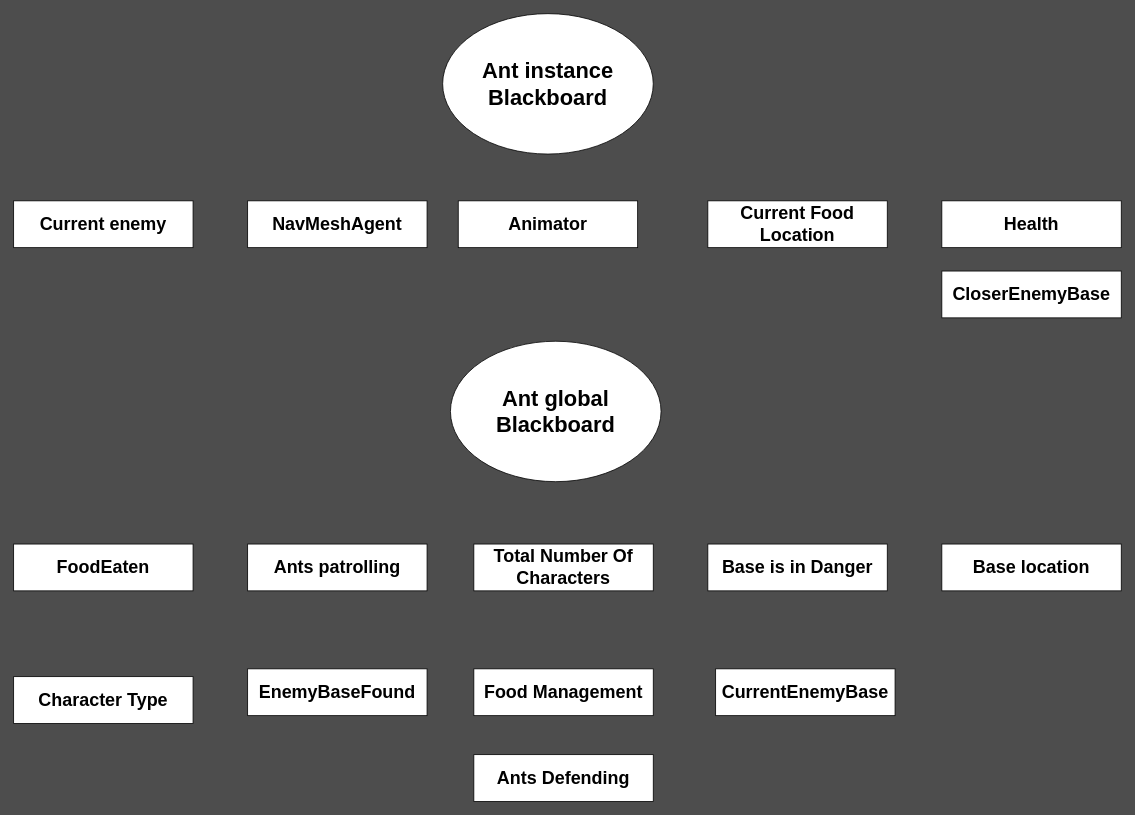
Above: page "Blackboard" (5 of 5) of Design/Ant.drawio in arturo101199/GardenBattle (draw.io), before the change. Source tidied: cells renumbered, new cells numbered last; positions are measured from the earlier drawing's top-left corner, leaving out a move shared by most shapes. Both pictures are drawn from the tidied source at 78%, with x=0, y=0 at pixel (13, 13).
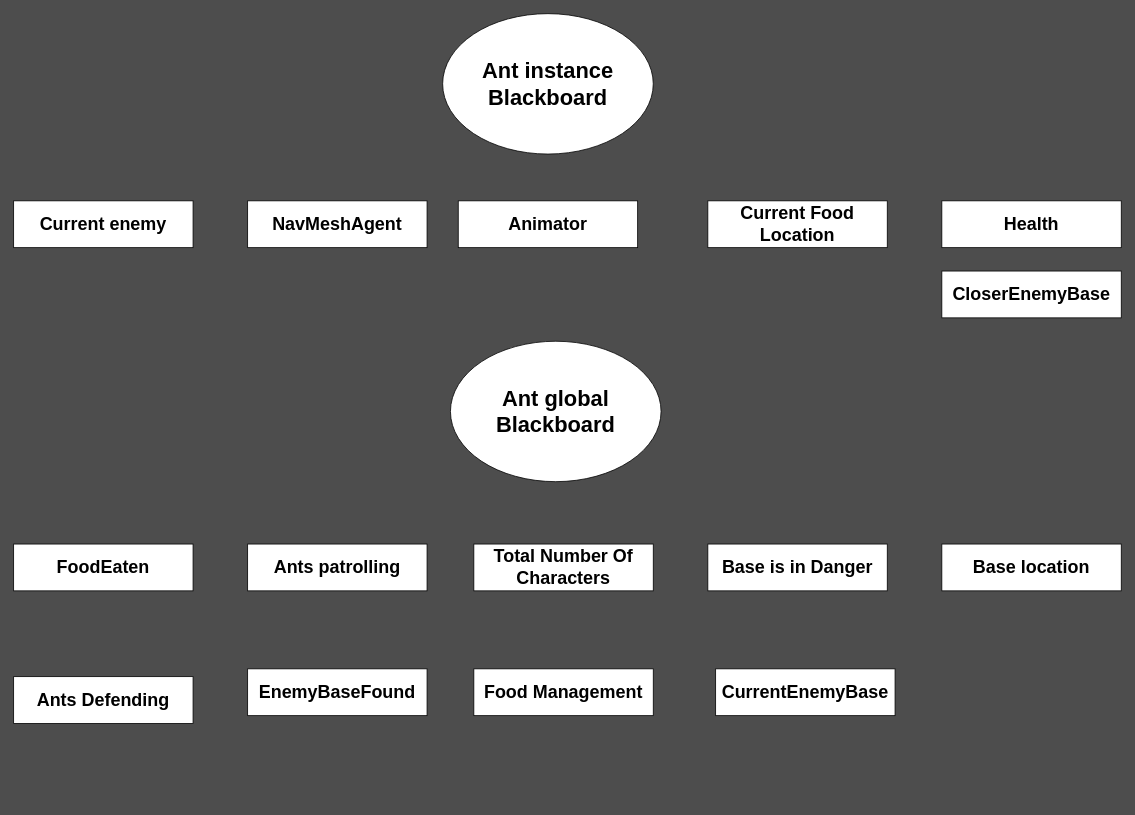
Above is the later version.

The edit, as a diff of the source:
```diff
@@
 <mxGraphModel background="#4D4D4D">
   <root>
     <mxCell id="0" />
     <mxCell id="1" parent="0" />
     <mxCell id="2" value="&lt;font style=&quot;font-size: 28px&quot;&gt;&lt;b&gt;Ant instance Blackboard&lt;/b&gt;&lt;/font&gt;" style="ellipse;whiteSpace=wrap;html=1;" parent="1" vertex="1">
       <mxGeometry x="550" width="270" height="180" as="geometry" />
     </mxCell>
     <mxCell id="3" value="&lt;font style=&quot;font-size: 23px&quot;&gt;&lt;b&gt;FoodEaten&lt;/b&gt;&lt;/font&gt;" style="rounded=0;whiteSpace=wrap;html=1;" parent="1" vertex="1">
       <mxGeometry y="680" width="230" height="60" as="geometry" />
     </mxCell>
     <mxCell id="4" value="&lt;font style=&quot;font-size: 23px&quot;&gt;&lt;b&gt;Animator&lt;/b&gt;&lt;/font&gt;" style="rounded=0;whiteSpace=wrap;html=1;" parent="1" vertex="1">
       <mxGeometry x="570" y="240" width="230" height="60" as="geometry" />
     </mxCell>
     <mxCell id="5" value="&lt;font style=&quot;font-size: 23px&quot;&gt;&lt;b&gt;Current Food Location&lt;br&gt;&lt;/b&gt;&lt;/font&gt;" style="rounded=0;whiteSpace=wrap;html=1;" parent="1" vertex="1">
       <mxGeometry x="890" y="240" width="230" height="60" as="geometry" />
     </mxCell>
     <mxCell id="6" value="&lt;font style=&quot;font-size: 23px&quot;&gt;&lt;b&gt;Base location&lt;br&gt;&lt;/b&gt;&lt;/font&gt;" style="rounded=0;whiteSpace=wrap;html=1;" parent="1" vertex="1">
       <mxGeometry x="1190" y="680" width="230" height="60" as="geometry" />
     </mxCell>
     <mxCell id="7" value="&lt;font style=&quot;font-size: 23px&quot;&gt;&lt;b&gt;Current enemy&lt;/b&gt;&lt;/font&gt;" style="rounded=0;whiteSpace=wrap;html=1;" parent="1" vertex="1">
       <mxGeometry y="240" width="230" height="60" as="geometry" />
     </mxCell>
     <mxCell id="8" value="&lt;span style=&quot;font-size: 23px&quot;&gt;&lt;b&gt;Total Number Of Characters&lt;/b&gt;&lt;/span&gt;" style="rounded=0;whiteSpace=wrap;html=1;" parent="1" vertex="1">
       <mxGeometry x="590" y="680" width="230" height="60" as="geometry" />
     </mxCell>
     <mxCell id="9" value="&lt;span style=&quot;font-size: 23px&quot;&gt;&lt;b&gt;Ants patrolling&lt;/b&gt;&lt;/span&gt;" style="rounded=0;whiteSpace=wrap;html=1;" parent="1" vertex="1">
       <mxGeometry x="300" y="680" width="230" height="60" as="geometry" />
     </mxCell>
     <mxCell id="10" value="&lt;span style=&quot;font-size: 23px&quot;&gt;&lt;b&gt;Base is in Danger&lt;/b&gt;&lt;/span&gt;" style="rounded=0;whiteSpace=wrap;html=1;" parent="1" vertex="1">
       <mxGeometry x="890" y="680" width="230" height="60" as="geometry" />
     </mxCell>
     <mxCell id="11" value="&lt;span style=&quot;font-size: 23px&quot;&gt;&lt;b&gt;Health&lt;/b&gt;&lt;/span&gt;" style="rounded=0;whiteSpace=wrap;html=1;" parent="1" vertex="1">
       <mxGeometry x="1190" y="240" width="230" height="60" as="geometry" />
     </mxCell>
     <mxCell id="12" value="&lt;font style=&quot;font-size: 28px&quot;&gt;&lt;b&gt;Ant global Blackboard&lt;/b&gt;&lt;/font&gt;" style="ellipse;whiteSpace=wrap;html=1;" parent="1" vertex="1">
       <mxGeometry x="560" y="420" width="270" height="180" as="geometry" />
     </mxCell>
     <mxCell id="13" value="&lt;span style=&quot;font-size: 23px&quot;&gt;&lt;b&gt;Food Management&lt;br&gt;&lt;/b&gt;&lt;/span&gt;" style="rounded=0;whiteSpace=wrap;html=1;" parent="1" vertex="1">
       <mxGeometry x="590" y="840" width="230" height="60" as="geometry" />
     </mxCell>
     <mxCell id="14" value="&lt;font style=&quot;font-size: 23px&quot;&gt;&lt;b&gt;NavMeshAgent&lt;br&gt;&lt;/b&gt;&lt;/font&gt;" style="rounded=0;whiteSpace=wrap;html=1;" parent="1" vertex="1">
       <mxGeometry x="300" y="240" width="230" height="60" as="geometry" />
     </mxCell>
     <mxCell id="15" value="&lt;span style=&quot;font-size: 23px&quot;&gt;&lt;b&gt;CurrentEnemyBase&lt;/b&gt;&lt;/span&gt;" style="rounded=0;whiteSpace=wrap;html=1;" parent="1" vertex="1">
       <mxGeometry x="900" y="840" width="230" height="60" as="geometry" />
     </mxCell>
     <mxCell id="16" value="&lt;span style=&quot;font-size: 23px&quot;&gt;&lt;b&gt;CloserEnemyBase&lt;/b&gt;&lt;/span&gt;" style="rounded=0;whiteSpace=wrap;html=1;" parent="1" vertex="1">
       <mxGeometry x="1190" y="330" width="230" height="60" as="geometry" />
     </mxCell>
     <mxCell id="17" value="&lt;span style=&quot;font-size: 23px&quot;&gt;&lt;b&gt;EnemyBaseFound&lt;br&gt;&lt;/b&gt;&lt;/span&gt;" style="rounded=0;whiteSpace=wrap;html=1;" parent="1" vertex="1">
       <mxGeometry x="300" y="840" width="230" height="60" as="geometry" />
     </mxCell>
     <mxCell id="18" value="&lt;span style=&quot;font-size: 23px&quot;&gt;&lt;b&gt;Ants Defending&lt;br&gt;&lt;/b&gt;&lt;/span&gt;" style="rounded=0;whiteSpace=wrap;html=1;" parent="1" vertex="1">
-      <mxGeometry x="590" y="950" width="230" height="60" as="geometry" />
+      <mxGeometry y="850" width="230" height="60" as="geometry" />
     </mxCell>
-    <mxCell id="19" value="&lt;font style=&quot;font-size: 23px&quot;&gt;&lt;b&gt;Character Type&lt;br&gt;&lt;/b&gt;&lt;/font&gt;" style="rounded=0;whiteSpace=wrap;html=1;" parent="1" vertex="1">
-      <mxGeometry y="850" width="230" height="60" as="geometry" />
-    </mxCell>
   </root>
 </mxGraphModel>
```
